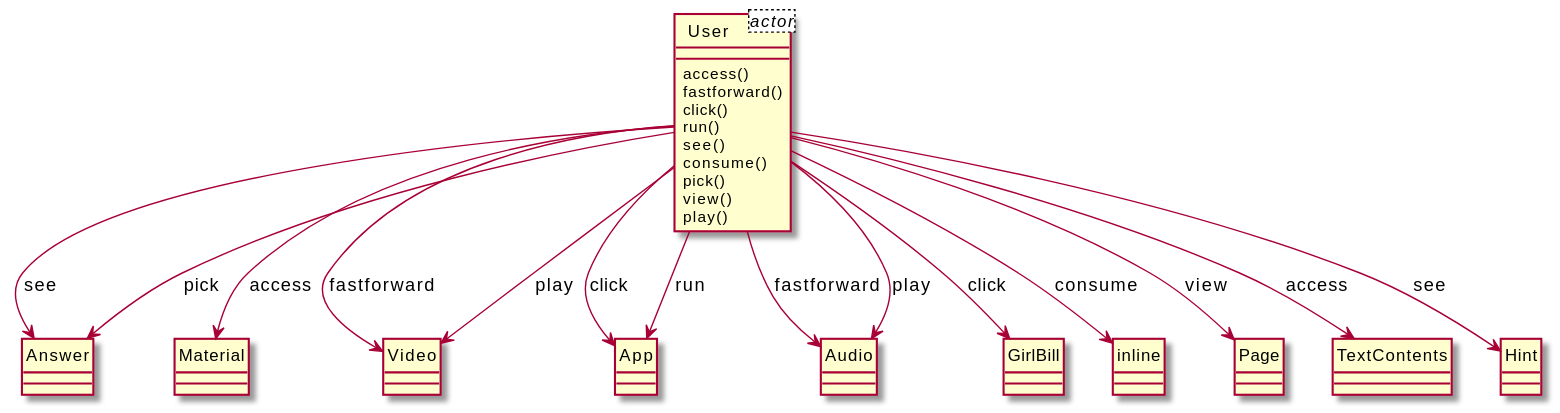
This is output/diagram_5/2016-USC-Project03.svg from xixixhalu/DomainModelExtractor, a PlantUML export, as it was before one commit.
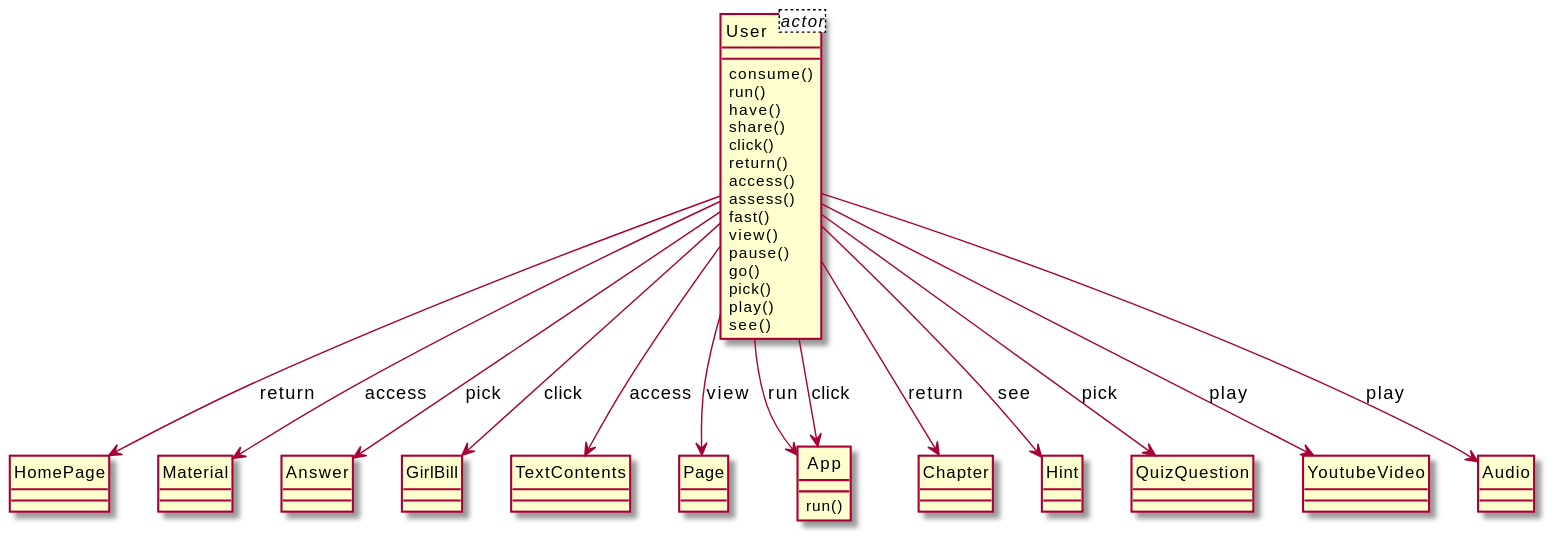
Later version of the same file.

The edit, as a diff of the source:
```diff
@@ -3,48 +3,58 @@
 class User<actor> {
 }
 class User {
+	consume()
+	run()
+	have()
+	share()
+	click()
+	return()
 	access()
-	fastforward()
-	click()
-	run()
+	assess()
+	fast()
+	view()
+	pause()
+	go()
+	pick()
+	play()
 	see()
-	consume()
-	pick()
-	view()
-	play()
+}
+class HomePage {
+}
+class Material {
 }
 class Answer {
 }
-class Material {
+class GirlBill {
 }
-class Video {
+class TextContents {
+}
+class Page {
 }
 class App {
+	run()
+}
+class Chapter {
+}
+class Hint {
+}
+class QuizQuestion {
+}
+class YoutubeVideo {
 }
 class Audio {
 }
-class GirlBill {
-}
-class inline {
-}
-class Page {
-}
-class TextContents {
-}
-class Hint {
-}
+User --> Chapter : return
+User --> Audio : play
+User --> QuizQuestion : pick
+User --> Answer : pick
+User --> Page : view
+User --> HomePage : return
+User --> Hint : see
+User --> App : run
+User --> GirlBill : click
+User --> YoutubeVideo : play
 User --> App : click
-User --> Answer : see
-User --> Audio : fastforward
-User --> App : run
 User --> Material : access
 User --> TextContents : access
-User --> Answer : pick
-User --> inline : consume
-User --> Audio : play
-User --> Video : fastforward
-User --> Video : play
-User --> Page : view
-User --> GirlBill : click
-User --> Hint : see
 @enduml
```
